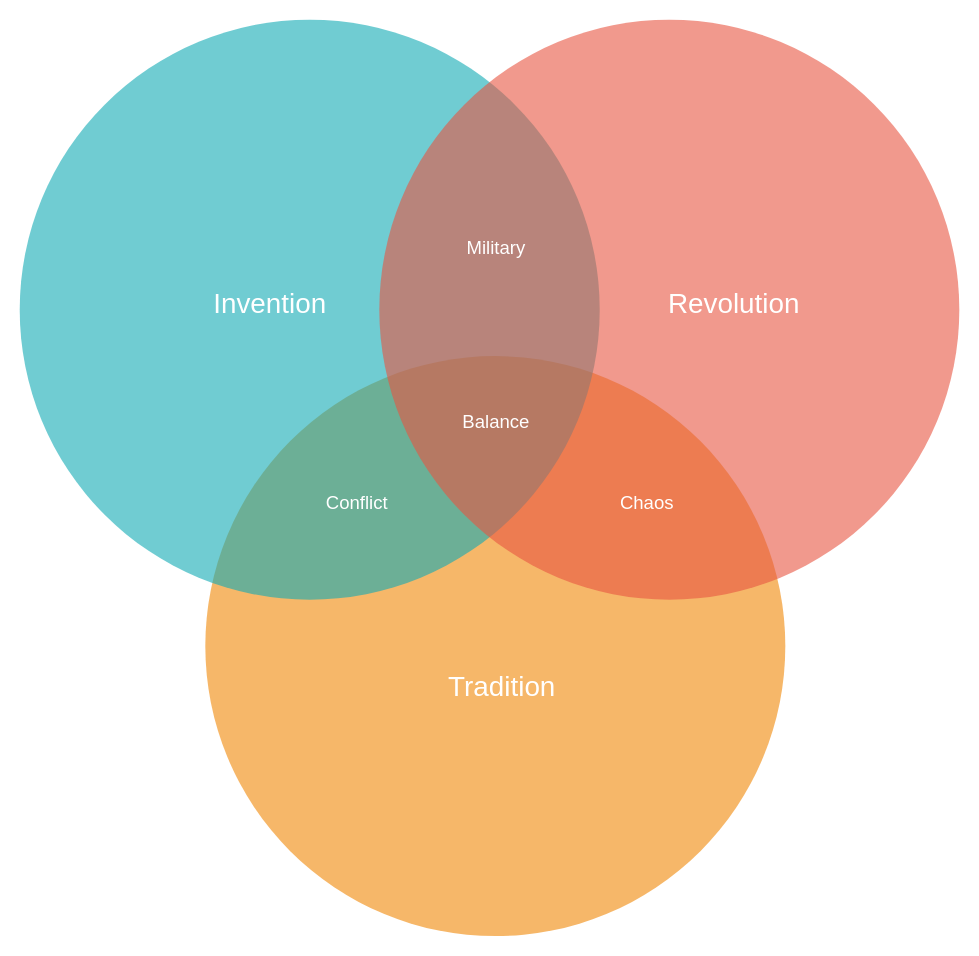
Above: Incident-Problem-classification.drawio in mainakdey-oa/diagramit (draw.io), before the change. Source tidied: cells renumbered, new cells numbered last; positions are measured from the earlier drawing's top-left corner, leaving out a move shared by most shapes. Both pictures are drawn from the tidied source at 116%, with x=0, y=0 at pixel (20, 19).
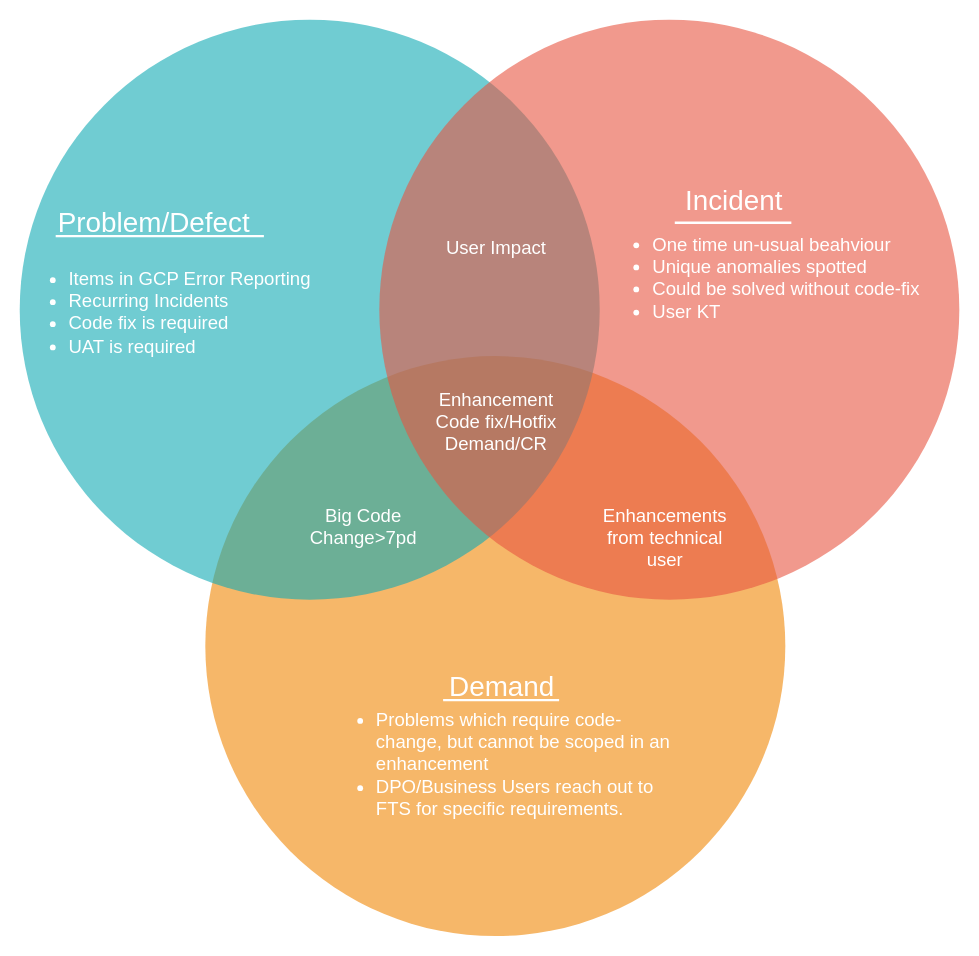
After the change.

Change to the diagram source:
```diff
@@
 <mxGraphModel>
   <root>
     <mxCell id="0" />
     <mxCell id="1" parent="0" />
     <mxCell id="2" style="ellipse;fillColor=#F08705;opacity=60;strokeColor=none;html=1;fontColor=#FFFFFF;" parent="1" vertex="1">
       <mxGeometry x="159.5" y="290.5" width="500" height="500" as="geometry" />
     </mxCell>
     <mxCell id="3" style="ellipse;fillColor=#12AAB5;opacity=60;strokeColor=none;html=1;fontColor=#FFFFFF;" parent="1" vertex="1">
       <mxGeometry x="-0.5" y="0.5" width="500" height="500" as="geometry" />
     </mxCell>
     <mxCell id="4" style="ellipse;fillColor=#e85642;opacity=60;strokeColor=none;html=1;fontColor=#FFFFFF;" parent="1" vertex="1">
       <mxGeometry x="309.5" y="0.5" width="500" height="500" as="geometry" />
     </mxCell>
-    <mxCell id="5" value="Invention" style="text;fontSize=24;align=center;verticalAlign=middle;html=1;fontColor=#FFFFFF;" parent="1" vertex="1">
-      <mxGeometry x="119.5" y="210.5" width="190" height="70" as="geometry" />
+    <mxCell id="5" value="Problem/Defect" style="text;fontSize=24;align=center;verticalAlign=middle;html=1;fontColor=#FFFFFF;" parent="1" vertex="1">
+      <mxGeometry x="20" y="139.8" width="190" height="71.5" as="geometry" />
     </mxCell>
-    <mxCell id="6" value="Revolution" style="text;fontSize=24;align=center;verticalAlign=middle;html=1;fontColor=#FFFFFF;" parent="1" vertex="1">
-      <mxGeometry x="519.5" y="210.5" width="190" height="70" as="geometry" />
+    <mxCell id="6" value="Incident" style="text;fontSize=24;align=center;verticalAlign=middle;html=1;fontColor=#FFFFFF;" parent="1" vertex="1">
+      <mxGeometry x="519.5" y="122" width="190" height="70" as="geometry" />
     </mxCell>
-    <mxCell id="7" value="Tradition" style="text;fontSize=24;align=center;verticalAlign=middle;html=1;fontColor=#FFFFFF;" parent="1" vertex="1">
+    <mxCell id="7" value="Demand" style="text;fontSize=24;align=center;verticalAlign=middle;html=1;fontColor=#FFFFFF;" parent="1" vertex="1">
       <mxGeometry x="319.5" y="540.5" width="190" height="70" as="geometry" />
     </mxCell>
-    <mxCell id="8" value="Military" style="text;align=center;html=1;fontColor=#FFFFFF;fontSize=16;" parent="1" vertex="1">
+    <mxCell id="8" value="User Impact" style="text;align=center;html=1;fontColor=#FFFFFF;fontSize=16;" parent="1" vertex="1">
       <mxGeometry x="389.5" y="180.5" width="40" height="40" as="geometry" />
     </mxCell>
-    <mxCell id="9" value="Conflict" style="text;align=center;html=1;fontColor=#FFFFFF;fontSize=16;" parent="1" vertex="1">
-      <mxGeometry x="269.5" y="400.5" width="40" height="40" as="geometry" />
-    </mxCell>
-    <mxCell id="10" value="Chaos" style="text;align=center;html=1;fontColor=#FFFFFF;fontSize=16;" parent="1" vertex="1">
-      <mxGeometry x="519.5" y="400.5" width="40" height="40" as="geometry" />
-    </mxCell>
-    <mxCell id="11" value="Balance" style="text;align=center;html=1;fontColor=#FFFFFF;fontSize=16;" parent="1" vertex="1">
-      <mxGeometry x="389.5" y="330.5" width="40" height="40" as="geometry" />
+    <mxCell id="11" value="Enhancement&lt;br&gt;Code fix/Hotfix&lt;br&gt;Demand/CR" style="text;align=center;html=1;fontColor=#FFFFFF;fontSize=16;" parent="1" vertex="1">
+      <mxGeometry x="390" y="312" width="40" height="40" as="geometry" />
     </mxCell>
+    <mxCell id="12" style="line;strokeWidth=2;html=1;rounded=0;shadow=0;fontSize=27;align=center;fillColor=none;strokeColor=#FFFFFF;" parent="1" vertex="1">
+      <mxGeometry x="564.2" y="170.5" width="100.5" height="10" as="geometry" />
+    </mxCell>
+    <mxCell id="13" style="line;strokeWidth=2;html=1;rounded=0;shadow=0;fontSize=27;align=center;fillColor=none;strokeColor=#FFFFFF;" parent="1" vertex="1">
+      <mxGeometry x="30.5" y="182" width="179.5" height="10" as="geometry" />
+    </mxCell>
+    <mxCell id="14" style="line;strokeWidth=2;html=1;rounded=0;shadow=0;fontSize=27;align=center;fillColor=none;strokeColor=#FFFFFF;" parent="1" vertex="1">
+      <mxGeometry x="364.5" y="582" width="100" height="10" as="geometry" />
+    </mxCell>
+    <mxCell id="15" value="&lt;ul&gt;&lt;li style=&quot;text-align: left;&quot;&gt;One time un-usual beahviour&lt;/li&gt;&lt;li style=&quot;text-align: left;&quot;&gt;Unique anomalies spotted&lt;/li&gt;&lt;li&gt;Could be solved without code-fix&lt;/li&gt;&lt;li style=&quot;text-align: left;&quot;&gt;User KT&amp;nbsp;&lt;/li&gt;&lt;/ul&gt;" style="text;align=center;html=1;fontColor=#FFFFFF;fontSize=16;" parent="1" vertex="1">
+      <mxGeometry x="619.5" y="162" width="40" height="40" as="geometry" />
+    </mxCell>
+    <mxCell id="16" value="&lt;ul style=&quot;color: rgb(255, 255, 255); font-family: Helvetica; font-size: 16px; font-style: normal; font-variant-ligatures: normal; font-variant-caps: normal; font-weight: 400; letter-spacing: normal; orphans: 2; text-indent: 0px; text-transform: none; widows: 2; word-spacing: 0px; -webkit-text-stroke-width: 0px; text-decoration-thickness: initial; text-decoration-style: initial; text-decoration-color: initial;&quot;&gt;&lt;li style=&quot;&quot;&gt;Items in GCP Error Reporting&lt;/li&gt;&lt;li style=&quot;&quot;&gt;Recurring Incidents&lt;/li&gt;&lt;li style=&quot;&quot;&gt;Code fix is required&lt;/li&gt;&lt;li style=&quot;&quot;&gt;UAT is required&lt;/li&gt;&lt;/ul&gt;" style="text;whiteSpace=wrap;html=1;" parent="1" vertex="1">
+      <mxGeometry x="-0.5" y="192" width="300" height="90" as="geometry" />
+    </mxCell>
+    <mxCell id="17" value="&lt;ul style=&quot;color: rgb(255, 255, 255); font-family: Helvetica; font-size: 16px; font-style: normal; font-variant-ligatures: normal; font-variant-caps: normal; font-weight: 400; letter-spacing: normal; orphans: 2; text-align: center; text-indent: 0px; text-transform: none; widows: 2; word-spacing: 0px; -webkit-text-stroke-width: 0px; text-decoration-thickness: initial; text-decoration-style: initial; text-decoration-color: initial;&quot;&gt;&lt;li style=&quot;text-align: left;&quot;&gt;&lt;span style=&quot;text-align: center; background-color: initial;&quot;&gt;Problems which require code-change, but cannot be scoped in an enhancement&lt;/span&gt;&lt;br&gt;&lt;/li&gt;&lt;li style=&quot;text-align: left;&quot;&gt;DPO/Business Users reach out to FTS for specific requirements.&lt;/li&gt;&lt;/ul&gt;" style="text;whiteSpace=wrap;html=1;labelBackgroundColor=none;" parent="1" vertex="1">
+      <mxGeometry x="264.5" y="572" width="300" height="130" as="geometry" />
+    </mxCell>
+    <mxCell id="18" value="&lt;div style=&quot;text-align: center;&quot;&gt;&lt;span style=&quot;background-color: initial; font-size: 16px;&quot;&gt;&lt;font color=&quot;#ffffff&quot;&gt;Big Code Change&amp;gt;7pd&lt;/font&gt;&lt;/span&gt;&lt;/div&gt;" style="text;whiteSpace=wrap;html=1;" parent="1" vertex="1">
+      <mxGeometry x="230" y="412" width="130" height="40" as="geometry" />
+    </mxCell>
+    <mxCell id="19" value="&lt;div style=&quot;text-align: center;&quot;&gt;&lt;span style=&quot;background-color: initial; font-size: 16px;&quot;&gt;&lt;font color=&quot;#ffffff&quot;&gt;Enhancements from technical user&lt;/font&gt;&lt;/span&gt;&lt;/div&gt;" style="text;whiteSpace=wrap;html=1;" parent="1" vertex="1">
+      <mxGeometry x="489.5" y="412" width="130" height="40" as="geometry" />
+    </mxCell>
   </root>
 </mxGraphModel>
```
